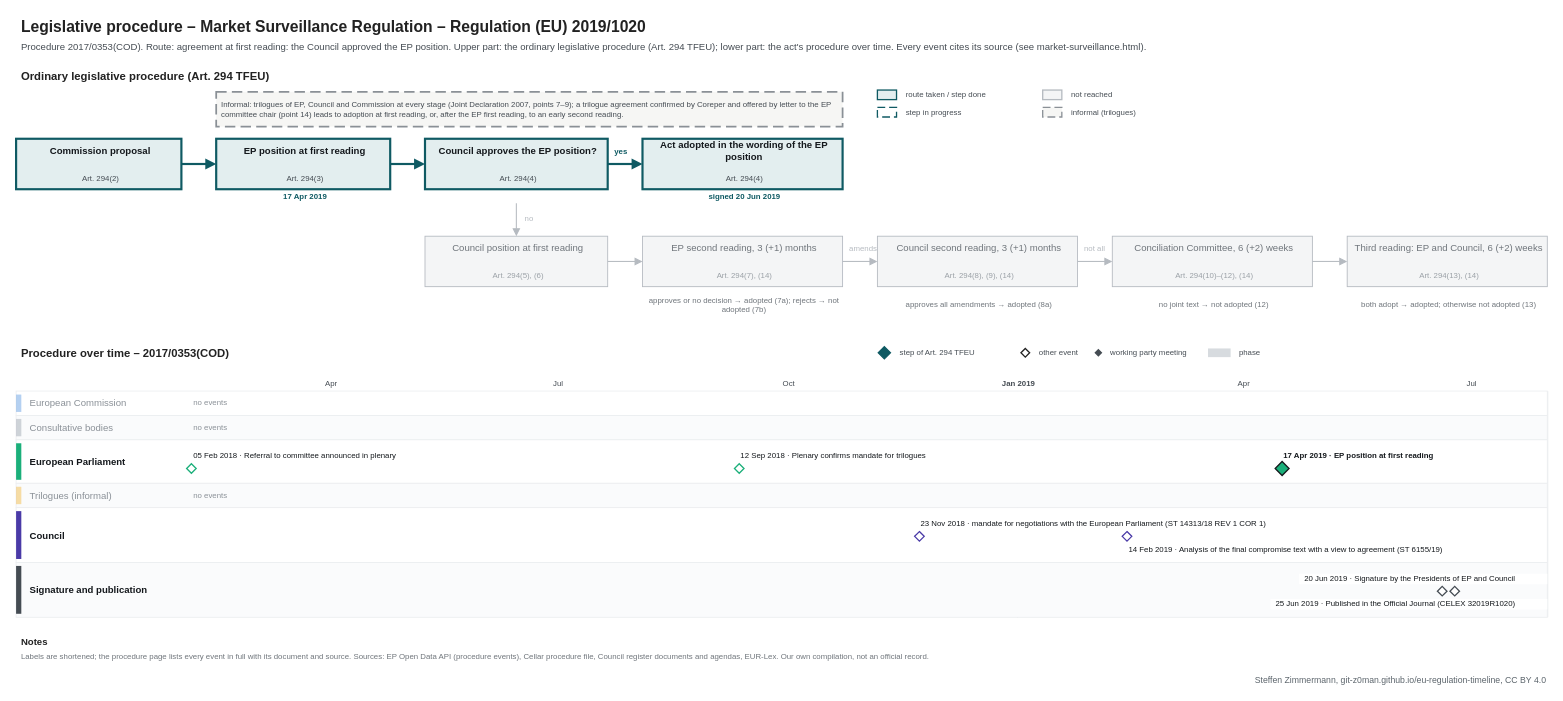
The draw.io diagram procedures/market-surveillance.drawio in git-z0man/eu-regulation-timeline, before the edit. Source tidied: cells renumbered, new cells numbered last; positions are measured from the earlier drawing's top-left corner, leaving out a move shared by most shapes. Both pictures are drawn from the tidied source at 87%, with x=0, y=0 at pixel (16, 15).
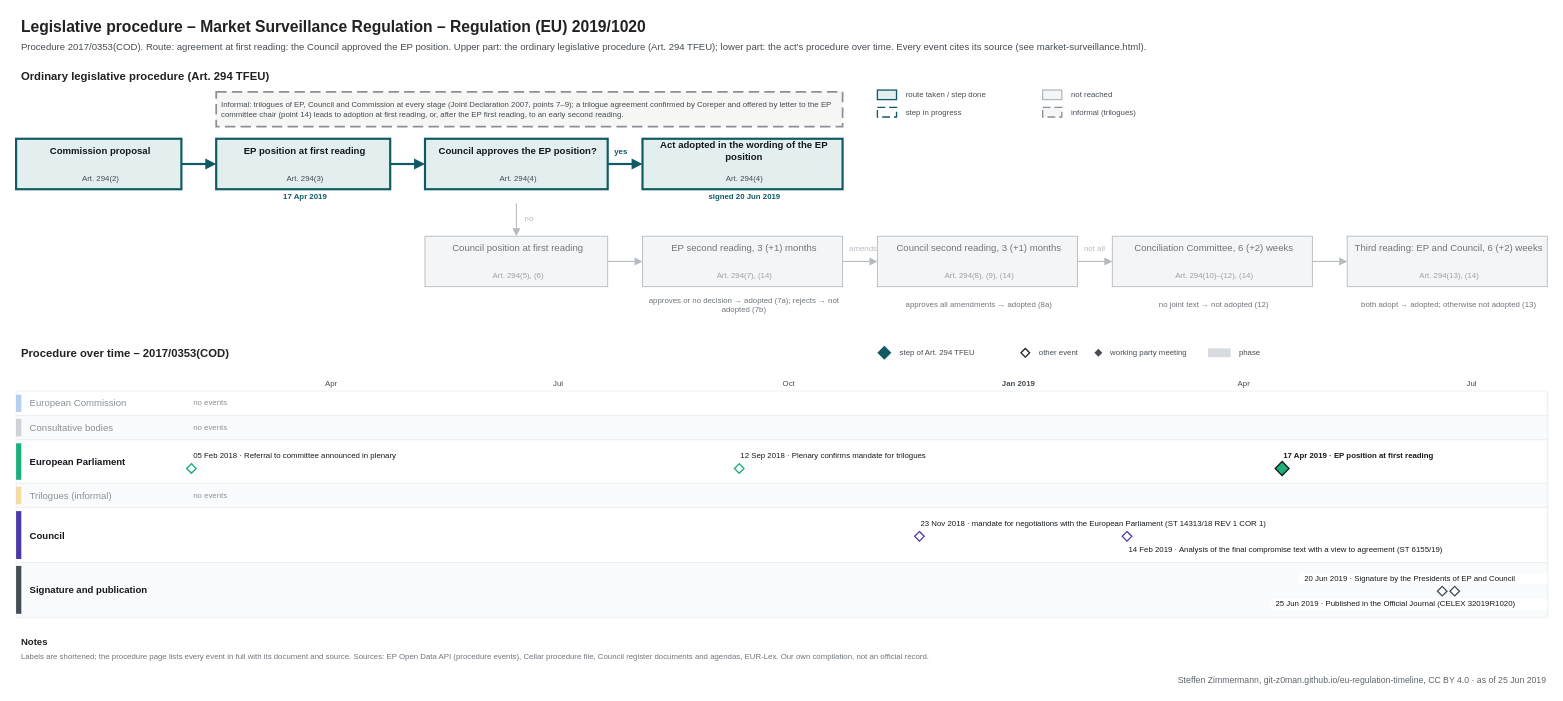
The same page after the edit.

Diff of the diagram source:
```diff
@@
-    <mxCell id="131" value="Steffen Zimmermann, git-z0man.github.io/eu-regulation-timeline, CC BY 4.0" style="text;html=1;fontSize=10;fontColor=#5b646b;align=right;verticalAlign=middle;spacingLeft=4;" parent="1" vertex="1">
+    <mxCell id="131" value="Steffen Zimmermann, git-z0man.github.io/eu-regulation-timeline, CC BY 4.0 · as of 25 Jun 2019" style="text;html=1;fontSize=10;fontColor=#5b646b;align=right;verticalAlign=middle;spacingLeft=4;" parent="1" vertex="1">
       <mxGeometry y="756" width="1760" height="16" as="geometry" />
     </mxCell>
```
